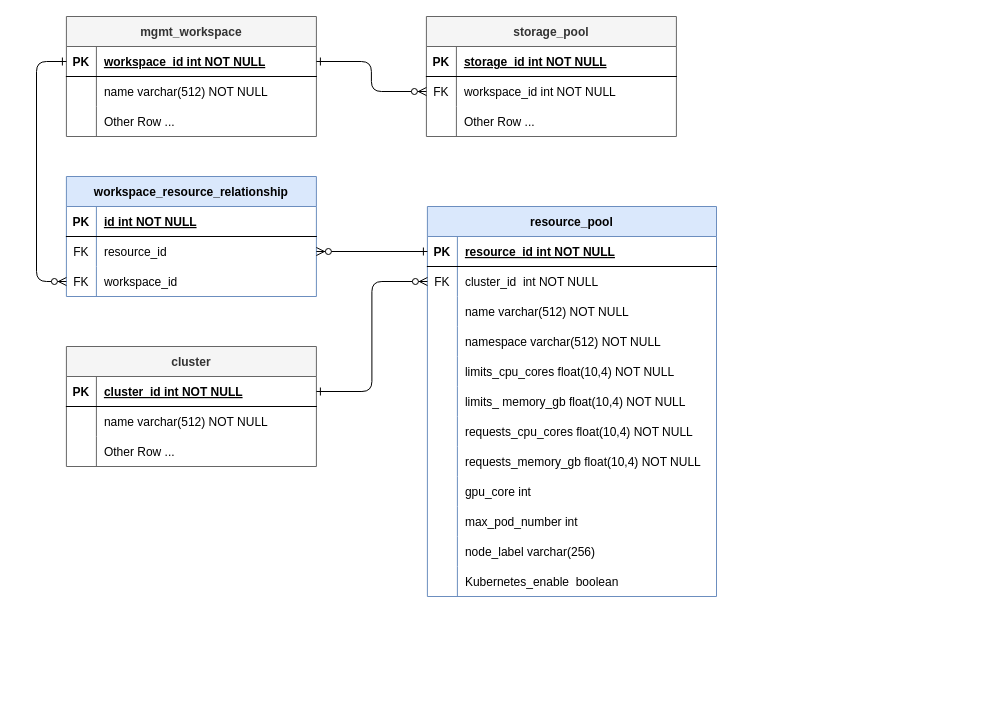
The draw.io diagram page "Page-1" (1 of 4) of Resource_Pool2.drawio in LiuJin1203/graph, before the edit. Source tidied: cells renumbered, new cells numbered last; positions are measured from the earlier drawing's top-left corner, leaving out a move shared by most shapes. Both pictures are drawn from the tidied source at 100%, with x=0, y=0 at pixel (36, 16).
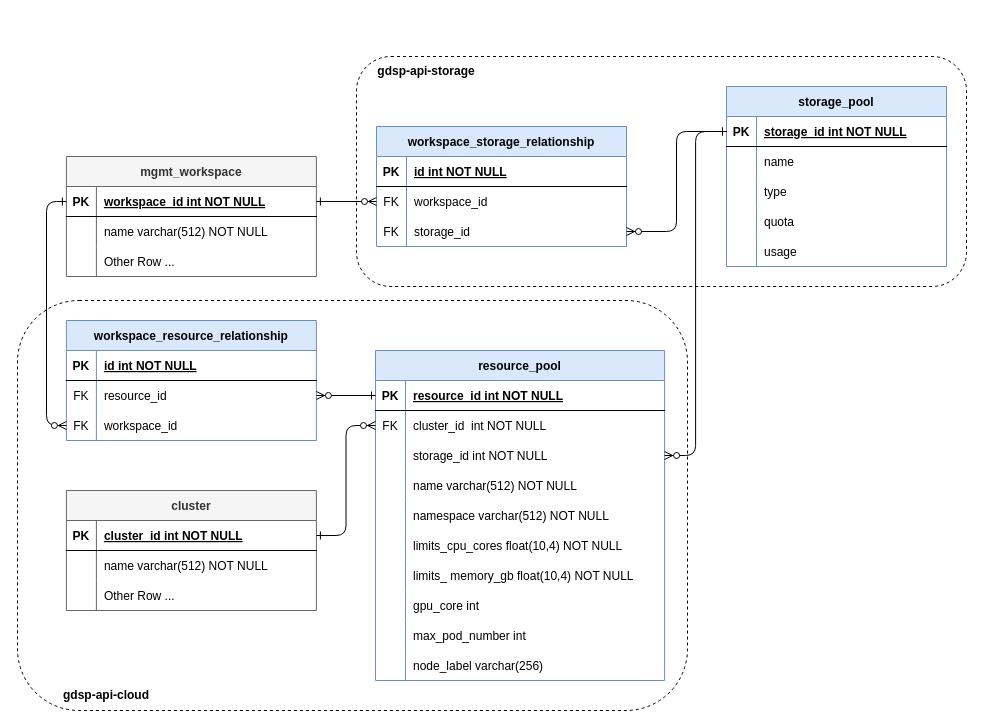
After the change.

Unchanged cells that the change refers to:
```xml
<mxCell id="40" style="shape=partialRectangle;fillColor=none;points=[[0,0.5],[1,0.5]];portConstraint=eastwest;top=0;left=0;right=0;bottom=1;" parent="39" vertex="1">
  <mxGeometry y="30" width="250" height="30" as="geometry" />
</mxCell>
<mxCell id="78" style="shape=partialRectangle;fillColor=none;points=[[0,0.5],[1,0.5]];portConstraint=eastwest;top=0;left=0;right=0;bottom=0;" parent="71" vertex="1">
  <mxGeometry y="90" width="250" height="30" as="geometry" />
</mxCell>
```

Change to the diagram source:
```diff
@@
+    <mxCell id="83" style="rounded=1;whiteSpace=wrap;html=1;strokeColor=#000000;fillColor=none;dashed=1;" parent="1" vertex="1">
+      <mxGeometry x="320" y="40" width="610" height="230" as="geometry" />
+    </mxCell>
+    <mxCell id="84" style="rounded=1;whiteSpace=wrap;html=1;strokeColor=#000000;fillColor=none;dashed=1;" parent="1" vertex="1">
+      <mxGeometry x="-19" y="284" width="670" height="410" as="geometry" />
+    </mxCell>
     <mxCell id="2" value="resource_pool" style="shape=table;startSize=30;childLayout=tableLayout;rowLines=0;fontStyle=1;align=center;fillColor=#dae8fc;strokeColor=#6c8ebf;" parent="1" vertex="1">
-      <mxGeometry x="390.9" y="190" width="289.1" height="390" as="geometry" />
+      <mxGeometry x="339" y="334" width="289.1" height="330" as="geometry" />
     </mxCell>
@@
+    <mxCell id="85" style="shape=tableRow;horizontal=0;startSize=0;swimlaneHead=0;swimlaneBody=0;fillColor=none;points=[[0,0.5],[1,0.5]];portConstraint=eastwest;top=0;left=0;right=0;bottom=0;strokeColor=#000000;" parent="2" vertex="1">
+      <mxGeometry y="90" width="289.1" height="30" as="geometry" />
+    </mxCell>
+    <mxCell id="86" style="shape=partialRectangle;fillColor=none;top=0;left=0;bottom=0;right=0;overflow=hidden;strokeColor=#000000;" parent="85" vertex="1">
+      <mxGeometry width="30" height="30" as="geometry" />
+    </mxCell>
+    <mxCell id="87" value="storage_id int NOT NULL" style="shape=partialRectangle;fillColor=none;top=0;left=0;bottom=0;right=0;align=left;spacingLeft=6;overflow=hidden;strokeColor=#000000;" parent="85" vertex="1">
+      <mxGeometry x="30" width="259.1" height="30" as="geometry" />
+    </mxCell>
     <mxCell id="9" style="shape=partialRectangle;fillColor=none;top=0;left=0;right=0;bottom=0;" parent="2" vertex="1">
-      <mxGeometry y="90" width="289.1" height="30" as="geometry" />
+      <mxGeometry y="120" width="289.1" height="30" as="geometry" />
     </mxCell>
@@
     <mxCell id="12" style="shape=tableRow;horizontal=0;startSize=0;swimlaneHead=0;swimlaneBody=0;fillColor=none;top=0;left=0;right=0;bottom=0;" parent="2" vertex="1">
-      <mxGeometry y="120" width="289.1" height="30" as="geometry" />
+      <mxGeometry y="150" width="289.1" height="30" as="geometry" />
     </mxCell>
@@
     <mxCell id="15" style="shape=tableRow;horizontal=0;startSize=0;swimlaneHead=0;swimlaneBody=0;fillColor=none;top=0;left=0;right=0;bottom=0;" parent="2" vertex="1">
-      <mxGeometry y="150" width="289.1" height="30" as="geometry" />
+      <mxGeometry y="180" width="289.1" height="30" as="geometry" />
     </mxCell>
@@
     <mxCell id="18" style="shape=tableRow;horizontal=0;startSize=0;swimlaneHead=0;swimlaneBody=0;fillColor=none;top=0;left=0;right=0;bottom=0;" parent="2" vertex="1">
-      <mxGeometry y="180" width="289.1" height="30" as="geometry" />
+      <mxGeometry y="210" width="289.1" height="30" as="geometry" />
     </mxCell>
@@
-    <mxCell id="21" style="shape=tableRow;horizontal=0;startSize=0;swimlaneHead=0;swimlaneBody=0;fillColor=none;top=0;left=0;right=0;bottom=0;" parent="2" vertex="1">
-      <mxGeometry y="210" width="289.1" height="30" as="geometry" />
-    </mxCell>
-    <mxCell id="22" style="shape=partialRectangle;fillColor=none;top=0;left=0;bottom=0;right=0;overflow=hidden;" parent="21" vertex="1">
-      <mxGeometry width="30" height="30" as="geometry" />
-    </mxCell>
-    <mxCell id="23" value="requests_cpu_cores float(10,4) NOT NULL" style="shape=partialRectangle;fillColor=none;top=0;left=0;bottom=0;right=0;align=left;spacingLeft=6;overflow=hidden;" parent="21" vertex="1">
-      <mxGeometry x="30" width="259.1" height="30" as="geometry" />
-    </mxCell>
-    <mxCell id="24" style="shape=tableRow;horizontal=0;startSize=0;swimlaneHead=0;swimlaneBody=0;fillColor=none;top=0;left=0;right=0;bottom=0;" parent="2" vertex="1">
-      <mxGeometry y="240" width="289.1" height="30" as="geometry" />
-    </mxCell>
-    <mxCell id="25" style="shape=partialRectangle;fillColor=none;top=0;left=0;bottom=0;right=0;overflow=hidden;" parent="24" vertex="1">
-      <mxGeometry width="30" height="30" as="geometry" />
-    </mxCell>
-    <mxCell id="26" value="requests_memory_gb float(10,4) NOT NULL" style="shape=partialRectangle;fillColor=none;top=0;left=0;bottom=0;right=0;align=left;spacingLeft=6;overflow=hidden;" parent="24" vertex="1">
-      <mxGeometry x="30" width="259.1" height="30" as="geometry" />
-    </mxCell>
     <mxCell id="27" style="shape=tableRow;horizontal=0;startSize=0;swimlaneHead=0;swimlaneBody=0;fillColor=none;top=0;left=0;right=0;bottom=0;" parent="2" vertex="1">
-      <mxGeometry y="270" width="289.1" height="30" as="geometry" />
+      <mxGeometry y="240" width="289.1" height="30" as="geometry" />
     </mxCell>
@@
     <mxCell id="30" style="shape=tableRow;horizontal=0;startSize=0;swimlaneHead=0;swimlaneBody=0;fillColor=none;top=0;left=0;right=0;bottom=0;fontSize=12;strokeWidth=1;" parent="2" vertex="1">
-      <mxGeometry y="300" width="289.1" height="30" as="geometry" />
+      <mxGeometry y="270" width="289.1" height="30" as="geometry" />
     </mxCell>
@@
     <mxCell id="33" style="shape=tableRow;horizontal=0;startSize=0;swimlaneHead=0;swimlaneBody=0;fillColor=none;top=0;left=0;right=0;bottom=0;fontSize=12;strokeWidth=1;" parent="2" vertex="1">
-      <mxGeometry y="330" width="289.1" height="30" as="geometry" />
+      <mxGeometry y="300" width="289.1" height="30" as="geometry" />
     </mxCell>
@@
-    <mxCell id="36" style="shape=tableRow;horizontal=0;startSize=0;swimlaneHead=0;swimlaneBody=0;fillColor=none;top=0;left=0;right=0;bottom=0;" parent="2" vertex="1">
-      <mxGeometry y="360" width="289.1" height="30" as="geometry" />
-    </mxCell>
-    <mxCell id="37" style="shape=partialRectangle;fillColor=none;top=0;left=0;bottom=0;right=0;overflow=hidden;" parent="36" vertex="1">
-      <mxGeometry width="30" height="30" as="geometry" />
-    </mxCell>
-    <mxCell id="38" value="Kubernetes_enable  boolean" style="shape=partialRectangle;fillColor=none;top=0;left=0;bottom=0;right=0;align=left;spacingLeft=6;overflow=hidden;" parent="36" vertex="1">
-      <mxGeometry x="30" width="259.1" height="30" as="geometry" />
-    </mxCell>
     <mxCell id="39" value="mgmt_workspace" style="shape=table;startSize=30;childLayout=tableLayout;rowLines=0;fontStyle=1;align=center;fillColor=#f5f5f5;fontColor=#333333;strokeColor=#666666;" parent="1" vertex="1">
-      <mxGeometry x="29.9" width="250" height="120" as="geometry" />
+      <mxGeometry x="29.9" y="140" width="250" height="120" as="geometry" />
     </mxCell>
@@
     <mxCell id="49" value="cluster" style="shape=table;startSize=30;childLayout=tableLayout;rowLines=0;fontStyle=1;align=center;fillColor=#f5f5f5;fontColor=#333333;strokeColor=#666666;" parent="1" vertex="1">
-      <mxGeometry x="29.9" y="330" width="250" height="120" as="geometry" />
+      <mxGeometry x="29.9" y="474" width="250" height="120" as="geometry" />
     </mxCell>
@@
-    <mxCell id="59" value="storage_pool" style="shape=table;startSize=30;childLayout=tableLayout;rowLines=0;fontStyle=1;align=center;fillColor=#f5f5f5;fontColor=#333333;strokeColor=#666666;" parent="1" vertex="1">
-      <mxGeometry x="389.9" width="250" height="120" as="geometry" />
+    <mxCell id="59" value="storage_pool" style="shape=table;startSize=30;childLayout=tableLayout;rowLines=0;fontStyle=1;align=center;fillColor=#dae8fc;strokeColor=#6c8ebf;" parent="1" vertex="1">
+      <mxGeometry x="690" y="70" width="220" height="180" as="geometry" />
     </mxCell>
     <mxCell id="60" style="shape=partialRectangle;fillColor=none;points=[[0,0.5],[1,0.5]];portConstraint=eastwest;top=0;left=0;right=0;bottom=1;" parent="59" vertex="1">
-      <mxGeometry y="30" width="250" height="30" as="geometry" />
+      <mxGeometry y="30" width="220" height="30" as="geometry" />
     </mxCell>
@@
     <mxCell id="62" value="storage_id int NOT NULL " style="shape=partialRectangle;overflow=hidden;fillColor=none;top=0;left=0;bottom=0;right=0;align=left;spacingLeft=6;fontStyle=5;" parent="60" vertex="1">
-      <mxGeometry x="30" width="220" height="30" as="geometry" />
+      <mxGeometry x="30" width="190" height="30" as="geometry" />
     </mxCell>
-    <mxCell id="63" style="shape=tableRow;horizontal=0;startSize=0;swimlaneHead=0;swimlaneBody=0;fillColor=none;points=[[0,0.5],[1,0.5]];portConstraint=eastwest;top=0;left=0;right=0;bottom=0;" parent="59" vertex="1">
-      <mxGeometry y="60" width="250" height="30" as="geometry" />
-    </mxCell>
-    <mxCell id="64" value="FK" style="shape=partialRectangle;fillColor=none;top=0;left=0;bottom=0;right=0;fontStyle=0;overflow=hidden;" parent="63" vertex="1">
-      <mxGeometry width="30" height="30" as="geometry" />
-    </mxCell>
-    <mxCell id="65" value="workspace_id int NOT NULL" style="shape=partialRectangle;fillColor=none;top=0;left=0;bottom=0;right=0;align=left;spacingLeft=6;fontStyle=0;overflow=hidden;" parent="63" vertex="1">
-      <mxGeometry x="30" width="220" height="30" as="geometry" />
-    </mxCell>
     <mxCell id="66" style="shape=partialRectangle;fillColor=none;top=0;left=0;right=0;bottom=0;" parent="59" vertex="1">
-      <mxGeometry y="90" width="250" height="30" as="geometry" />
+      <mxGeometry y="60" width="220" height="30" as="geometry" />
     </mxCell>
@@
-    <mxCell id="68" value="Other Row ..." style="shape=partialRectangle;overflow=hidden;fillColor=none;top=0;left=0;bottom=0;right=0;align=left;spacingLeft=6;" parent="66" vertex="1">
-      <mxGeometry x="30" width="220" height="30" as="geometry" />
+    <mxCell id="68" value="name" style="shape=partialRectangle;overflow=hidden;fillColor=none;top=0;left=0;bottom=0;right=0;align=left;spacingLeft=6;" parent="66" vertex="1">
+      <mxGeometry x="30" width="190" height="30" as="geometry" />
     </mxCell>
-    <mxCell id="69" style="edgeStyle=orthogonalEdgeStyle;endArrow=ERzeroToMany;startArrow=ERone;endFill=1;startFill=0;exitX=1;exitY=0.5;exitDx=0;exitDy=0;entryX=0;entryY=0.5;entryDx=0;entryDy=0;" parent="1" edge="1" source="40" target="63">
-      <mxGeometry relative="1" as="geometry" />
-    </mxCell>
+    <mxCell id="88" style="shape=tableRow;horizontal=0;startSize=0;swimlaneHead=0;swimlaneBody=0;fillColor=none;top=0;left=0;right=0;bottom=0;strokeColor=#000000;" parent="59" vertex="1">
+      <mxGeometry y="90" width="220" height="30" as="geometry" />
+    </mxCell>
+    <mxCell id="89" style="shape=partialRectangle;fillColor=none;top=0;left=0;bottom=0;right=0;overflow=hidden;strokeColor=#000000;" parent="88" vertex="1">
+      <mxGeometry width="30" height="30" as="geometry" />
+    </mxCell>
+    <mxCell id="90" value="type" style="shape=partialRectangle;fillColor=none;top=0;left=0;bottom=0;right=0;align=left;spacingLeft=6;overflow=hidden;strokeColor=#000000;" parent="88" vertex="1">
+      <mxGeometry x="30" width="190" height="30" as="geometry" />
+    </mxCell>
+    <mxCell id="91" style="shape=tableRow;horizontal=0;startSize=0;swimlaneHead=0;swimlaneBody=0;fillColor=none;top=0;left=0;right=0;bottom=0;strokeColor=#000000;" parent="59" vertex="1">
+      <mxGeometry y="120" width="220" height="30" as="geometry" />
+    </mxCell>
+    <mxCell id="92" style="shape=partialRectangle;fillColor=none;top=0;left=0;bottom=0;right=0;overflow=hidden;strokeColor=#000000;" parent="91" vertex="1">
+      <mxGeometry width="30" height="30" as="geometry" />
+    </mxCell>
+    <mxCell id="93" value="quota" style="shape=partialRectangle;fillColor=none;top=0;left=0;bottom=0;right=0;align=left;spacingLeft=6;overflow=hidden;strokeColor=#000000;" parent="91" vertex="1">
+      <mxGeometry x="30" width="190" height="30" as="geometry" />
+    </mxCell>
+    <mxCell id="94" style="shape=tableRow;horizontal=0;startSize=0;swimlaneHead=0;swimlaneBody=0;fillColor=none;top=0;left=0;right=0;bottom=0;strokeColor=#000000;" parent="59" vertex="1">
+      <mxGeometry y="150" width="220" height="30" as="geometry" />
+    </mxCell>
+    <mxCell id="95" style="shape=partialRectangle;fillColor=none;top=0;left=0;bottom=0;right=0;overflow=hidden;strokeColor=#000000;" parent="94" vertex="1">
+      <mxGeometry width="30" height="30" as="geometry" />
+    </mxCell>
+    <mxCell id="96" value="usage" style="shape=partialRectangle;fillColor=none;top=0;left=0;bottom=0;right=0;align=left;spacingLeft=6;overflow=hidden;strokeColor=#000000;" parent="94" vertex="1">
+      <mxGeometry x="30" width="190" height="30" as="geometry" />
+    </mxCell>
@@
     <mxCell id="71" value="workspace_resource_relationship" style="shape=table;startSize=30;childLayout=tableLayout;rowLines=0;fontStyle=1;align=center;fillColor=#dae8fc;strokeColor=#6c8ebf;" parent="1" vertex="1">
-      <mxGeometry x="29.9" y="160" width="250" height="120" as="geometry" />
+      <mxGeometry x="29.9" y="304" width="250" height="120" as="geometry" />
     </mxCell>
@@
+    <mxCell id="97" value="workspace_storage_relationship" style="shape=table;startSize=30;childLayout=tableLayout;rowLines=0;fontStyle=1;align=center;fillColor=#dae8fc;strokeColor=#6c8ebf;" parent="1" vertex="1">
+      <mxGeometry x="340" y="110" width="250" height="120" as="geometry" />
+    </mxCell>
+    <mxCell id="98" style="shape=partialRectangle;fillColor=none;top=0;left=0;right=0;bottom=1;" parent="97" vertex="1">
+      <mxGeometry y="30" width="250" height="30" as="geometry" />
+    </mxCell>
+    <mxCell id="99" value="PK" style="shape=partialRectangle;overflow=hidden;fillColor=none;top=0;left=0;bottom=0;right=0;fontStyle=1;" parent="98" vertex="1">
+      <mxGeometry width="30" height="30" as="geometry" />
+    </mxCell>
+    <mxCell id="100" value="id int NOT NULL " style="shape=partialRectangle;overflow=hidden;fillColor=none;top=0;left=0;bottom=0;right=0;align=left;spacingLeft=6;fontStyle=5;" parent="98" vertex="1">
+      <mxGeometry x="30" width="220" height="30" as="geometry" />
+    </mxCell>
+    <mxCell id="101" style="shape=partialRectangle;fillColor=none;points=[[0,0.5],[1,0.5]];portConstraint=eastwest;top=0;left=0;right=0;bottom=0;" parent="97" vertex="1">
+      <mxGeometry y="60" width="250" height="30" as="geometry" />
+    </mxCell>
+    <mxCell id="102" value="FK" style="shape=partialRectangle;overflow=hidden;fillColor=none;top=0;left=0;bottom=0;right=0;" parent="101" vertex="1">
+      <mxGeometry width="30" height="30" as="geometry" />
+    </mxCell>
+    <mxCell id="103" value="workspace_id" style="shape=partialRectangle;overflow=hidden;fillColor=none;top=0;left=0;bottom=0;right=0;align=left;spacingLeft=6;" parent="101" vertex="1">
+      <mxGeometry x="30" width="220" height="30" as="geometry" />
+    </mxCell>
+    <mxCell id="104" style="shape=tableRow;horizontal=0;startSize=0;swimlaneHead=0;swimlaneBody=0;fillColor=none;points=[[0,0.5],[1,0.5]];portConstraint=eastwest;top=0;left=0;right=0;bottom=0;fontSize=12;strokeWidth=1;" parent="97" vertex="1">
+      <mxGeometry y="90" width="250" height="30" as="geometry" />
+    </mxCell>
+    <mxCell id="105" value="FK" style="shape=partialRectangle;fillColor=none;top=0;left=0;bottom=0;right=0;overflow=hidden;fontSize=12;strokeWidth=1;" parent="104" vertex="1">
+      <mxGeometry width="30" height="30" as="geometry" />
+    </mxCell>
+    <mxCell id="106" value="storage_id" style="shape=partialRectangle;fillColor=none;top=0;left=0;bottom=0;right=0;align=left;spacingLeft=6;overflow=hidden;fontSize=12;strokeWidth=1;" parent="104" vertex="1">
+      <mxGeometry x="30" width="220" height="30" as="geometry" />
+    </mxCell>
+    <mxCell id="107" style="edgeStyle=orthogonalEdgeStyle;endArrow=ERzeroToMany;startArrow=ERone;endFill=1;startFill=0;entryX=0;entryY=0.5;entryDx=0;entryDy=0;exitX=1;exitY=0.5;exitDx=0;exitDy=0;" parent="1" edge="1" source="40" target="101">
+      <mxGeometry relative="1" as="geometry" />
+    </mxCell>
+    <mxCell id="108" style="edgeStyle=orthogonalEdgeStyle;endArrow=ERzeroToMany;startArrow=ERone;endFill=1;startFill=0;entryX=1;entryY=0.5;entryDx=0;entryDy=0;exitX=0;exitY=0.5;exitDx=0;exitDy=0;" parent="1" edge="1" source="60" target="104">
+      <mxGeometry relative="1" as="geometry" />
+    </mxCell>
+    <mxCell id="109" style="edgeStyle=orthogonalEdgeStyle;endArrow=ERzeroToMany;startArrow=ERone;endFill=1;startFill=0;entryX=1;entryY=0.5;entryDx=0;entryDy=0;exitX=0;exitY=0.5;exitDx=0;exitDy=0;" parent="1" edge="1" source="60" target="85">
+      <mxGeometry relative="1" as="geometry" />
+    </mxCell>
+    <mxCell id="110" value="&lt;b&gt;gdsp-api-cloud&lt;/b&gt;" style="text;html=1;strokeColor=none;fillColor=none;align=center;verticalAlign=middle;whiteSpace=wrap;rounded=0;dashed=1;" parent="1" vertex="1">
+      <mxGeometry x="10" y="664" width="120" height="30" as="geometry" />
+    </mxCell>
-    <mxCell id="82" style="edgeStyle=orthogonalEdgeStyle;endArrow=ERzeroToMany;startArrow=ERone;endFill=1;startFill=0;entryX=0;entryY=0.5;entryDx=0;entryDy=0;exitX=0;exitY=0.5;exitDx=0;exitDy=0;" parent="1" edge="1" source="40" target="78">
+    <mxCell id="82" style="edgeStyle=orthogonalEdgeStyle;endArrow=ERzeroToMany;startArrow=ERone;endFill=1;startFill=0;exitX=0;exitY=0.5;exitDx=0;exitDy=0;entryX=0;entryY=0.5;entryDx=0;entryDy=0;" parent="1" edge="1" source="40" target="78">
       <mxGeometry relative="1" as="geometry">
         <Array as="points">
-          <mxPoint y="45" />
-          <mxPoint y="265" />
+          <mxPoint x="10" y="185" />
+          <mxPoint x="10" y="409" />
         </Array>
       </mxGeometry>
     </mxCell>
+    <mxCell id="111" value="&lt;b&gt;gdsp-api-storage&lt;/b&gt;" style="text;html=1;strokeColor=none;fillColor=none;align=center;verticalAlign=middle;whiteSpace=wrap;rounded=0;dashed=1;" parent="1" vertex="1">
+      <mxGeometry x="330" y="40" width="120" height="30" as="geometry" />
+    </mxCell>
```
